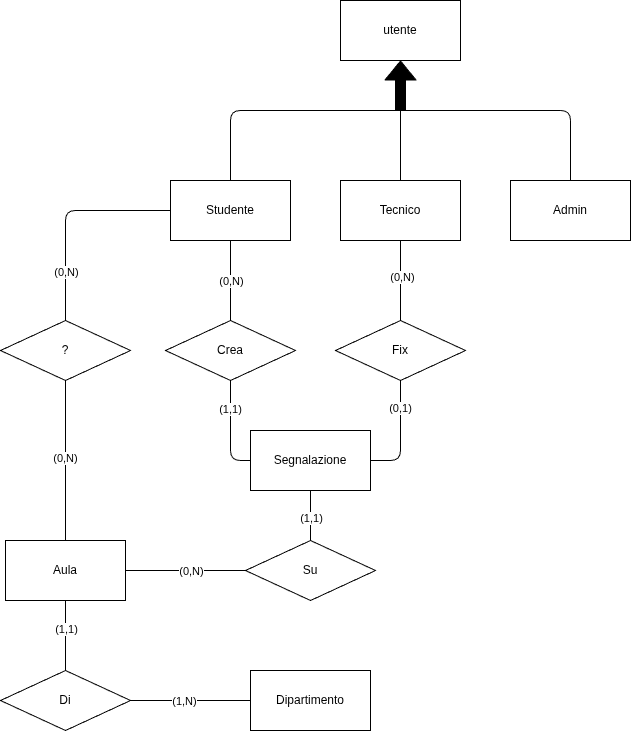
Above: docs/Schemi/schema.drawio.png in LukeSlongo/progetto_tecweb (draw.io), before the change. Source tidied: cells renumbered, new cells last; positions are measured from the earlier drawing's top-left corner, leaving out a move shared by most shapes.
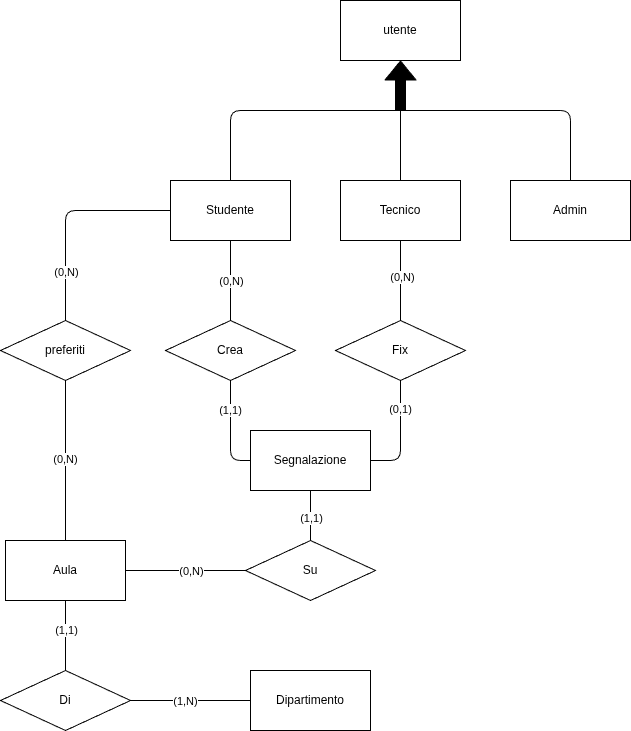
The same file after the commit.

The edit, as a diff of the source:
```diff
@@ -95,7 +95,7 @@
     <mxCell id="24" value="Aula" style="rounded=0;whiteSpace=wrap;html=1;" parent="1" vertex="1">
       <mxGeometry x="5" y="540" width="120" height="60" as="geometry" />
     </mxCell>
-    <mxCell id="25" value="?" style="rhombus;whiteSpace=wrap;html=1;" parent="1" vertex="1">
+    <mxCell id="25" value="preferiti" style="rhombus;whiteSpace=wrap;html=1;" parent="1" vertex="1">
       <mxGeometry y="320" width="130" height="60" as="geometry" />
     </mxCell>
     <mxCell id="26" style="endArrow=none;html=1;elbow=vertical;exitX=1;exitY=0.5;exitDx=0;exitDy=0;entryX=0;entryY=0.5;entryDx=0;entryDy=0;" parent="1" edge="1" source="24" target="23">
```
